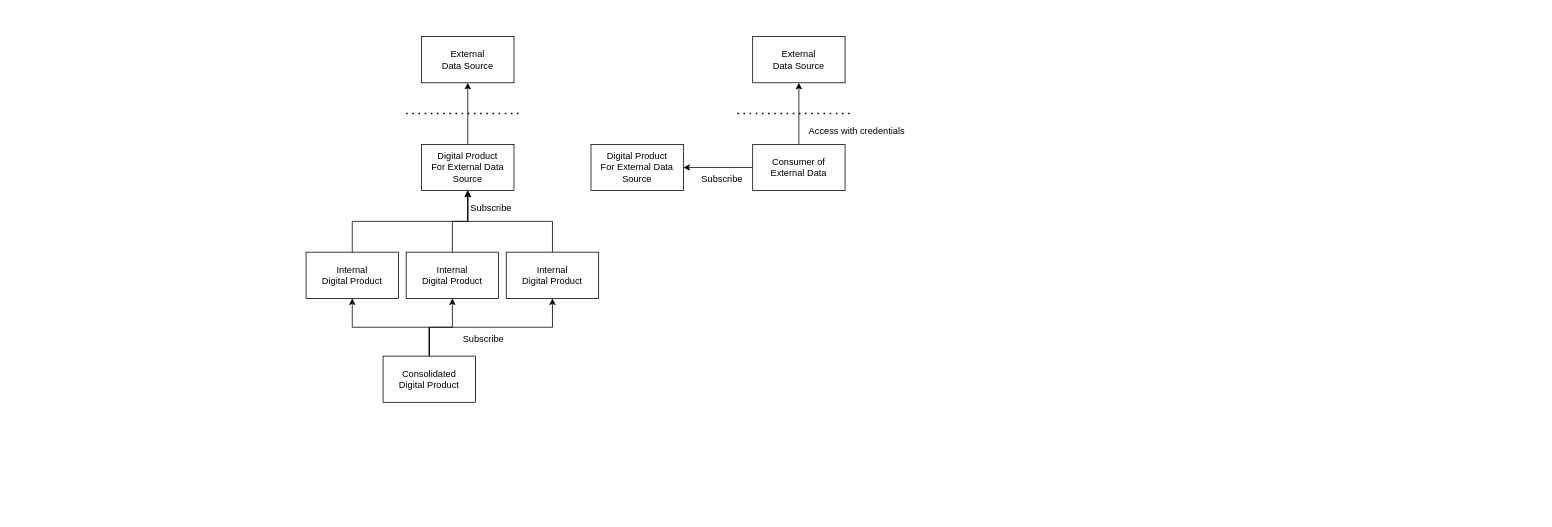
odpi/egeria-docs keeps this draw.io diagram as page "Page-11" (2 of 3) of site/docs/services/omvs/product-manager/product-manager.drawio. Above is the earlier version. Source tidied: cells renumbered, new cells numbered last; positions are measured from the earlier drawing's top-left corner, leaving out a move shared by most shapes. Both pictures are drawn from the tidied source at 77%, with x=0, y=0 at pixel (306, 36).
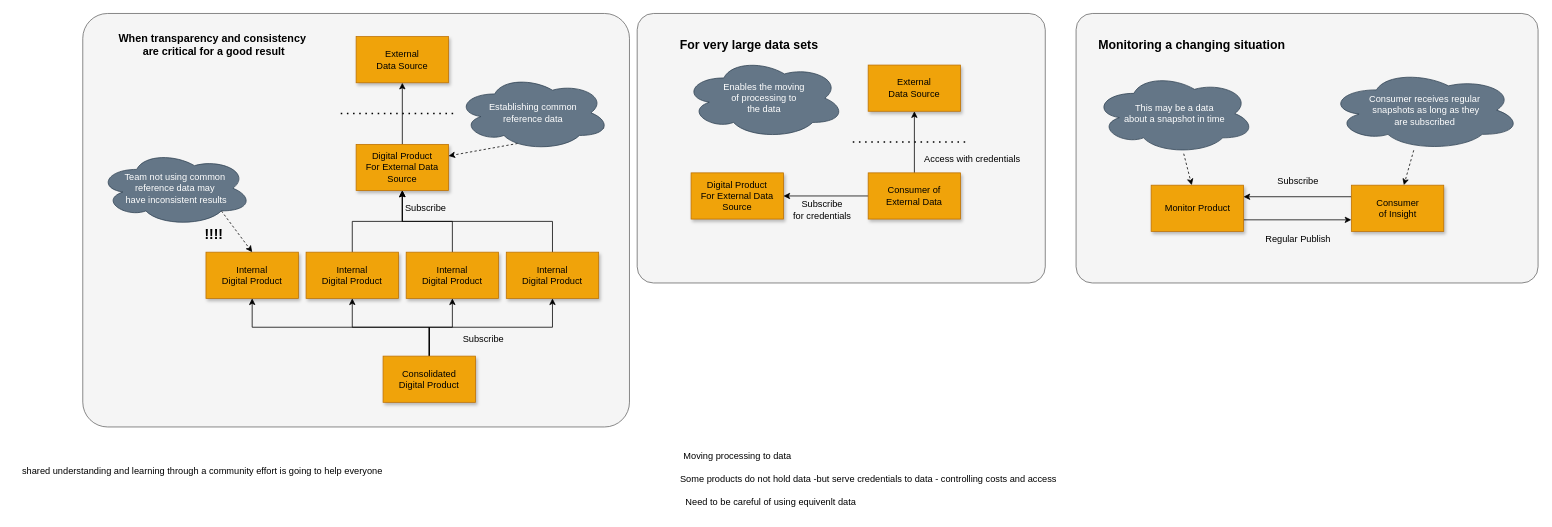
The same page after the edit.

What changed in the source:
```diff
@@
+    <mxCell id="26" style="rounded=1;whiteSpace=wrap;html=1;arcSize=6;fillColor=#f5f5f5;strokeColor=#666666;fontColor=#333333;" parent="1" vertex="1">
+      <mxGeometry x="1000" y="-30" width="600" height="350" as="geometry" />
+    </mxCell>
+    <mxCell id="27" style="rounded=1;whiteSpace=wrap;html=1;arcSize=6;fillColor=#f5f5f5;strokeColor=#666666;fontColor=#333333;" parent="1" vertex="1">
+      <mxGeometry x="430" y="-30" width="530" height="350" as="geometry" />
+    </mxCell>
+    <mxCell id="28" style="rounded=1;whiteSpace=wrap;html=1;arcSize=6;fillColor=#f5f5f5;strokeColor=#666666;fontColor=#333333;" parent="1" vertex="1">
+      <mxGeometry x="-290" y="-30" width="710" height="537" as="geometry" />
+    </mxCell>
-    <mxCell id="2" value="External&lt;div&gt;Data Source&lt;/div&gt;" style="rounded=0;whiteSpace=wrap;html=1;" parent="1" vertex="1">
-      <mxGeometry x="150" width="120" height="60" as="geometry" />
+    <mxCell id="2" value="External&lt;div&gt;Data Source&lt;/div&gt;" style="rounded=0;whiteSpace=wrap;html=1;fillColor=#f0a30a;fontColor=#000000;strokeColor=#BD7000;shadow=1;glass=0;" parent="1" vertex="1">
+      <mxGeometry x="65" width="120" height="60" as="geometry" />
     </mxCell>
@@
-    <mxCell id="4" value="Digital Product&lt;div&gt;For External Data Source&lt;/div&gt;" style="rounded=0;whiteSpace=wrap;html=1;" parent="1" vertex="1">
-      <mxGeometry x="150" y="140" width="120" height="60" as="geometry" />
+    <mxCell id="4" value="Digital Product&lt;div&gt;For External Data Source&lt;/div&gt;" style="rounded=0;whiteSpace=wrap;html=1;fillColor=#f0a30a;fontColor=#000000;strokeColor=#BD7000;shadow=1;glass=0;" parent="1" vertex="1">
+      <mxGeometry x="65" y="140" width="120" height="60" as="geometry" />
     </mxCell>
     <mxCell id="5" style="endArrow=none;dashed=1;html=1;dashPattern=1 3;strokeWidth=2;rounded=0;" parent="1" edge="1">
       <mxGeometry relative="1" as="geometry">
-        <mxPoint x="130" y="100" as="sourcePoint" />
-        <mxPoint x="280" y="100" as="targetPoint" />
+        <mxPoint x="45" y="100" as="sourcePoint" />
+        <mxPoint x="195" y="100" as="targetPoint" />
       </mxGeometry>
     </mxCell>
@@
+    <mxCell id="29" style="edgeStyle=orthogonalEdgeStyle;rounded=0;jettySize=auto;html=1;exitX=0.5;exitY=0;exitDx=0;exitDy=0;" parent="1" edge="1" source="12" target="37">
+      <mxGeometry relative="1" as="geometry" />
+    </mxCell>
-    <mxCell id="12" value="Consolidated&lt;div&gt;Digital Product&lt;/div&gt;" style="rounded=0;whiteSpace=wrap;html=1;" parent="1" vertex="1">
+    <mxCell id="12" value="Consolidated&lt;div&gt;Digital Product&lt;/div&gt;" style="rounded=0;whiteSpace=wrap;html=1;fillColor=#f0a30a;fontColor=#000000;strokeColor=#BD7000;shadow=1;glass=0;" parent="1" vertex="1">
       <mxGeometry x="100" y="415" width="120" height="60" as="geometry" />
     </mxCell>
-    <mxCell id="13" value="Internal&lt;div&gt;Digital Product&lt;/div&gt;" style="rounded=0;whiteSpace=wrap;html=1;" parent="1" vertex="1">
+    <mxCell id="13" value="Internal&lt;div&gt;Digital Product&lt;/div&gt;" style="rounded=0;whiteSpace=wrap;html=1;fillColor=#f0a30a;fontColor=#000000;strokeColor=#BD7000;shadow=1;glass=0;" parent="1" vertex="1">
       <mxGeometry y="280" width="120" height="60" as="geometry" />
     </mxCell>
-    <mxCell id="14" value="Internal&lt;div&gt;Digital Product&lt;/div&gt;" style="rounded=0;whiteSpace=wrap;html=1;" parent="1" vertex="1">
+    <mxCell id="14" value="Internal&lt;div&gt;Digital Product&lt;/div&gt;" style="rounded=0;whiteSpace=wrap;html=1;fillColor=#f0a30a;fontColor=#000000;strokeColor=#BD7000;shadow=1;glass=0;" parent="1" vertex="1">
       <mxGeometry x="130" y="280" width="120" height="60" as="geometry" />
     </mxCell>
-    <mxCell id="15" value="Internal&lt;div&gt;Digital Product&lt;/div&gt;" style="rounded=0;whiteSpace=wrap;html=1;" parent="1" vertex="1">
+    <mxCell id="15" value="Internal&lt;div&gt;Digital Product&lt;/div&gt;" style="rounded=0;whiteSpace=wrap;html=1;fillColor=#f0a30a;fontColor=#000000;strokeColor=#BD7000;shadow=1;glass=0;" parent="1" vertex="1">
       <mxGeometry x="260" y="280" width="120" height="60" as="geometry" />
     </mxCell>
-    <mxCell id="16" value="External&lt;div&gt;Data Source&lt;/div&gt;" style="rounded=0;whiteSpace=wrap;html=1;" parent="1" vertex="1">
-      <mxGeometry x="580" width="120" height="60" as="geometry" />
+    <mxCell id="16" value="External&lt;div&gt;Data Source&lt;/div&gt;" style="rounded=0;whiteSpace=wrap;html=1;fillColor=#f0a30a;fontColor=#000000;strokeColor=#BD7000;shadow=1;" parent="1" vertex="1">
+      <mxGeometry x="730" y="37" width="120" height="60" as="geometry" />
     </mxCell>
@@
-    <mxCell id="19" value="Consumer of&lt;div&gt;External Data&lt;/div&gt;" style="rounded=0;whiteSpace=wrap;html=1;" parent="1" vertex="1">
-      <mxGeometry x="580" y="140" width="120" height="60" as="geometry" />
+    <mxCell id="19" value="Consumer of&lt;div&gt;External Data&lt;/div&gt;" style="rounded=0;whiteSpace=wrap;html=1;fillColor=#f0a30a;fontColor=#000000;strokeColor=#BD7000;shadow=1;" parent="1" vertex="1">
+      <mxGeometry x="730" y="177" width="120" height="60" as="geometry" />
     </mxCell>
     <mxCell id="20" style="endArrow=none;dashed=1;html=1;dashPattern=1 3;strokeWidth=2;rounded=0;" parent="1" edge="1">
       <mxGeometry relative="1" as="geometry">
-        <mxPoint x="560" y="100" as="sourcePoint" />
-        <mxPoint x="710" y="100" as="targetPoint" />
+        <mxPoint x="710" y="137" as="sourcePoint" />
+        <mxPoint x="860" y="137" as="targetPoint" />
       </mxGeometry>
     </mxCell>
-    <mxCell id="21" value="Digital Product&lt;div&gt;For External Data Source&lt;/div&gt;" style="rounded=0;whiteSpace=wrap;html=1;" parent="1" vertex="1">
-      <mxGeometry x="370" y="140" width="120" height="60" as="geometry" />
+    <mxCell id="21" value="Digital Product&lt;div&gt;For External Data Source&lt;/div&gt;" style="rounded=0;whiteSpace=wrap;html=1;fillColor=#f0a30a;fontColor=#000000;strokeColor=#BD7000;shadow=1;" parent="1" vertex="1">
+      <mxGeometry x="500" y="177" width="120" height="60" as="geometry" />
     </mxCell>
     <mxCell id="22" value="Subscribe" style="text;html=1;align=center;verticalAlign=middle;strokeColor=none;fillColor=none;" parent="1" vertex="1">
-      <mxGeometry x="200" y="208" width="80" height="30" as="geometry" />
+      <mxGeometry x="115" y="208" width="80" height="30" as="geometry" />
     </mxCell>
@@
-    <mxCell id="24" value="Subscribe" style="text;html=1;align=center;verticalAlign=middle;strokeColor=none;fillColor=none;" parent="1" vertex="1">
-      <mxGeometry x="500" y="170" width="80" height="30" as="geometry" />
+    <mxCell id="24" value="Subscribe&lt;div&gt;for credentials&lt;/div&gt;" style="text;html=1;align=center;verticalAlign=middle;strokeColor=none;fillColor=none;" parent="1" vertex="1">
+      <mxGeometry x="620" y="205" width="100" height="40" as="geometry" />
     </mxCell>
     <mxCell id="25" value="Access with credentials" style="text;html=1;align=center;verticalAlign=middle;strokeColor=none;fillColor=none;" parent="1" vertex="1">
-      <mxGeometry x="640" y="108" width="150" height="30" as="geometry" />
+      <mxGeometry x="790" y="145" width="150" height="30" as="geometry" />
     </mxCell>
+    <mxCell id="30" value="When transparency and consistency&amp;nbsp;&lt;div&gt;are critical for a good result&lt;/div&gt;" style="text;html=1;align=center;verticalAlign=middle;strokeColor=none;fillColor=none;fontStyle=1;fontSize=14;" parent="1" vertex="1">
+      <mxGeometry x="-245" y="-15" width="250" height="50" as="geometry" />
+    </mxCell>
+    <mxCell id="31" value="shared understanding and learning through a community effort is going to help everyone" style="text;html=1;align=center;verticalAlign=middle;strokeColor=none;fillColor=none;" parent="1" vertex="1">
+      <mxGeometry x="-380" y="550" width="490" height="30" as="geometry" />
+    </mxCell>
+    <mxCell id="32" value="Some products do not hold data -but serve credentials to data - controlling costs and access" style="text;html=1;align=center;verticalAlign=middle;strokeColor=none;fillColor=none;" parent="1" vertex="1">
+      <mxGeometry x="475" y="560" width="510" height="30" as="geometry" />
+    </mxCell>
+    <mxCell id="33" value="Moving processing to data" style="text;html=1;align=center;verticalAlign=middle;strokeColor=none;fillColor=none;" parent="1" vertex="1">
+      <mxGeometry x="480" y="530" width="160" height="30" as="geometry" />
+    </mxCell>
+    <mxCell id="34" value="Need to be careful of using equivenlt data&amp;nbsp;" style="text;html=1;align=center;verticalAlign=middle;strokeColor=none;fillColor=none;" parent="1" vertex="1">
+      <mxGeometry x="480" y="590" width="250" height="30" as="geometry" />
+    </mxCell>
+    <mxCell id="35" style="rounded=0;jettySize=auto;html=1;exitX=0.96;exitY=0.7;exitDx=0;exitDy=0;exitPerimeter=0;dashed=1;entryX=1;entryY=0.25;entryDx=0;entryDy=0;" parent="1" edge="1" source="36" target="4">
+      <mxGeometry relative="1" as="geometry" />
+    </mxCell>
+    <mxCell id="36" value="Establishing common&lt;div&gt;reference data&lt;/div&gt;" style="ellipse;shape=cloud;whiteSpace=wrap;html=1;fillColor=#647687;fontColor=#ffffff;strokeColor=#314354;" parent="1" vertex="1">
+      <mxGeometry x="195" y="50" width="200" height="98" as="geometry" />
+    </mxCell>
+    <mxCell id="37" value="Internal&lt;div&gt;Digital Product&lt;/div&gt;" style="rounded=0;whiteSpace=wrap;html=1;fillColor=#f0a30a;fontColor=#000000;strokeColor=#BD7000;shadow=1;glass=0;" parent="1" vertex="1">
+      <mxGeometry x="-130" y="280" width="120" height="60" as="geometry" />
+    </mxCell>
+    <mxCell id="38" value="!!!!" style="text;html=1;align=center;verticalAlign=middle;strokeColor=none;fillColor=none;fontStyle=1;fontSize=18;" parent="1" vertex="1">
+      <mxGeometry x="-140" y="238" width="40" height="40" as="geometry" />
+    </mxCell>
+    <mxCell id="39" style="rounded=0;jettySize=auto;html=1;exitX=0.8;exitY=0.8;exitDx=0;exitDy=0;exitPerimeter=0;entryX=0.5;entryY=0;entryDx=0;entryDy=0;dashed=1;" parent="1" edge="1" source="40" target="37">
+      <mxGeometry relative="1" as="geometry" />
+    </mxCell>
+    <mxCell id="40" value="Team not using common&lt;div&gt;reference data may&lt;/div&gt;&lt;div&gt;&amp;nbsp;have inconsistent results&lt;/div&gt;" style="ellipse;shape=cloud;whiteSpace=wrap;html=1;fillColor=#647687;fontColor=#ffffff;strokeColor=#314354;" parent="1" vertex="1">
+      <mxGeometry x="-270" y="148" width="200" height="98" as="geometry" />
+    </mxCell>
+    <mxCell id="41" value="For very large data sets" style="text;html=1;align=center;verticalAlign=middle;strokeColor=none;fillColor=none;fontStyle=1;fontSize=16;" parent="1" vertex="1">
+      <mxGeometry x="480" y="-5" width="190" height="30" as="geometry" />
+    </mxCell>
+    <mxCell id="42" style="edgeStyle=orthogonalEdgeStyle;rounded=0;jettySize=auto;html=1;exitX=1;exitY=0.75;exitDx=0;exitDy=0;entryX=0;entryY=0.75;entryDx=0;entryDy=0;" parent="1" edge="1" source="43" target="45">
+      <mxGeometry relative="1" as="geometry" />
+    </mxCell>
+    <mxCell id="43" value="Monitor Product" style="rounded=0;whiteSpace=wrap;html=1;fillColor=#f0a30a;fontColor=#000000;strokeColor=#BD7000;shadow=1;" parent="1" vertex="1">
+      <mxGeometry x="1097.5" y="193" width="120" height="60" as="geometry" />
+    </mxCell>
+    <mxCell id="44" style="edgeStyle=orthogonalEdgeStyle;rounded=0;jettySize=auto;html=1;exitX=0;exitY=0.25;exitDx=0;exitDy=0;entryX=1;entryY=0.25;entryDx=0;entryDy=0;" parent="1" edge="1" source="45" target="43">
+      <mxGeometry relative="1" as="geometry" />
+    </mxCell>
+    <mxCell id="45" value="Consumer&lt;div&gt;of Insight&lt;/div&gt;" style="rounded=0;whiteSpace=wrap;html=1;fillColor=#f0a30a;fontColor=#000000;strokeColor=#BD7000;shadow=1;" parent="1" vertex="1">
+      <mxGeometry x="1357.5" y="193" width="120" height="60" as="geometry" />
+    </mxCell>
+    <mxCell id="46" value="Subscribe" style="text;html=1;align=center;verticalAlign=middle;strokeColor=none;fillColor=none;" parent="1" vertex="1">
+      <mxGeometry x="1247.5" y="173" width="80" height="30" as="geometry" />
+    </mxCell>
+    <mxCell id="47" value="Regular Publish" style="text;html=1;align=center;verticalAlign=middle;strokeColor=none;fillColor=none;" parent="1" vertex="1">
+      <mxGeometry x="1232.5" y="248" width="110" height="30" as="geometry" />
+    </mxCell>
+    <mxCell id="48" style="rounded=0;jettySize=auto;html=1;dashed=1;" parent="1" edge="1" source="49" target="43">
+      <mxGeometry relative="1" as="geometry" />
+    </mxCell>
+    <mxCell id="49" value="This may be a data&lt;div&gt;about a snapshot in time&lt;/div&gt;" style="ellipse;shape=cloud;whiteSpace=wrap;html=1;fillColor=#647687;fontColor=#ffffff;strokeColor=#314354;" parent="1" vertex="1">
+      <mxGeometry x="1022.5" y="47.5" width="210" height="105" as="geometry" />
+    </mxCell>
+    <mxCell id="50" style="rounded=0;jettySize=auto;html=1;dashed=1;" parent="1" edge="1" source="51" target="45">
+      <mxGeometry relative="1" as="geometry" />
+    </mxCell>
+    <mxCell id="51" value="Consumer receives regular&lt;div&gt;&amp;nbsp;snapshots as long as they&lt;/div&gt;&lt;div&gt;are subscribed&lt;/div&gt;" style="ellipse;shape=cloud;whiteSpace=wrap;html=1;fillColor=#647687;fontColor=#ffffff;strokeColor=#314354;" parent="1" vertex="1">
+      <mxGeometry x="1327.5" y="43" width="250" height="105" as="geometry" />
+    </mxCell>
+    <mxCell id="52" value="Monitoring a changing situation" style="text;html=1;align=center;verticalAlign=middle;strokeColor=none;fillColor=none;fontStyle=1;fontSize=16;" parent="1" vertex="1">
+      <mxGeometry x="1030" y="-5" width="240" height="30" as="geometry" />
+    </mxCell>
+    <mxCell id="53" value="Enables the moving&lt;div&gt;of processing to&lt;/div&gt;&lt;div&gt;the data&lt;/div&gt;" style="ellipse;shape=cloud;whiteSpace=wrap;html=1;fillColor=#647687;fontColor=#ffffff;strokeColor=#314354;" parent="1" vertex="1">
+      <mxGeometry x="490" y="27.5" width="210" height="105" as="geometry" />
+    </mxCell>
```
